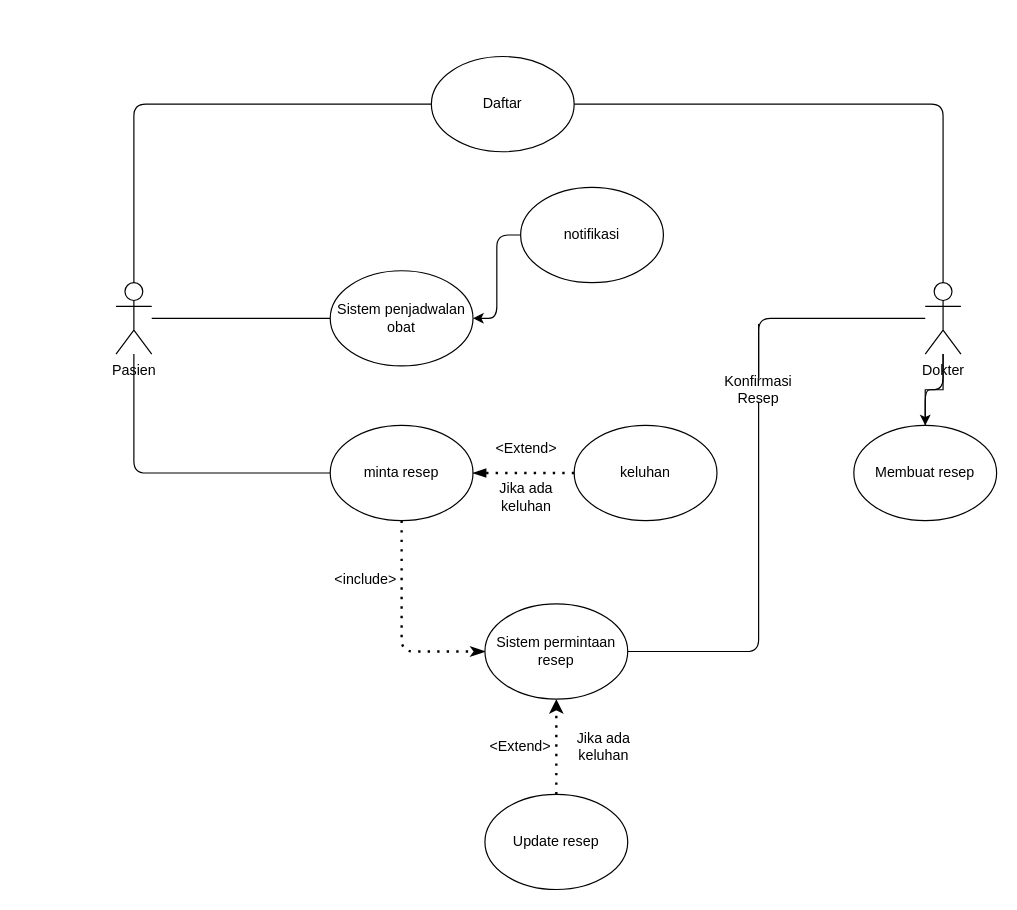
This is Untitled Diagram.drawio from WidadAbida/Praktikum-PPL, a draw.io file, before an edit. Source tidied: cells renumbered, new cells numbered last; positions are measured from the earlier drawing's top-left corner, leaving out a move shared by most shapes. Both pictures are drawn from the tidied source at 119%, with x=0, y=0 at pixel (115, 56).
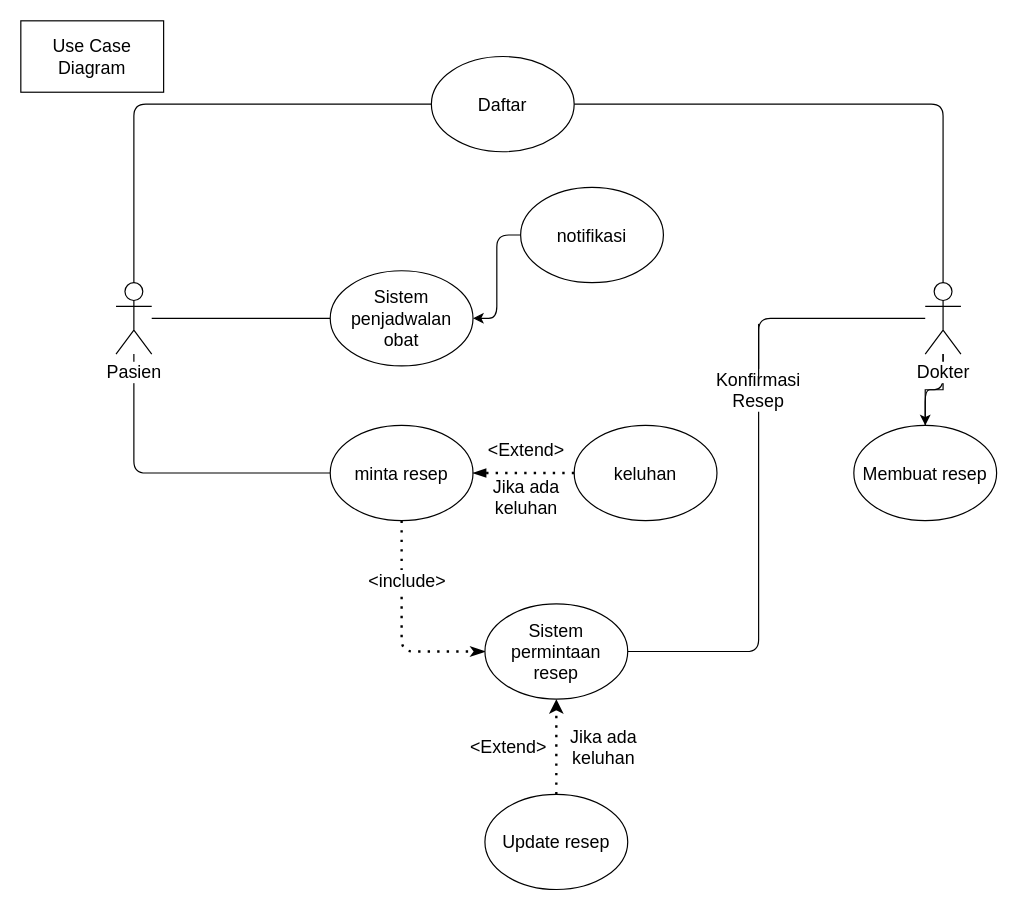
The same page after the edit.

Diff of the diagram source:
```diff
@@
-    <mxCell id="2" style="endArrow=none;html=1;fontFamily=Helvetica;fontSize=11;fontColor=#000000;align=center;strokeColor=#000000;edgeStyle=orthogonalEdgeStyle;" parent="1" edge="1" source="5" target="11">
+    <mxCell id="2" style="endArrow=none;html=1;fontFamily=Helvetica;fontSize=15;fontColor=#000000;align=center;strokeColor=#000000;edgeStyle=orthogonalEdgeStyle;" parent="1" edge="1" source="5" target="11">
       <mxGeometry relative="1" as="geometry">
         <Array as="points">
           <mxPoint x="15" y="40" />
         </Array>
       </mxGeometry>
     </mxCell>
-    <mxCell id="3" style="endArrow=none;html=1;fontFamily=Helvetica;fontSize=11;fontColor=#000000;align=center;strokeColor=#000000;edgeStyle=orthogonalEdgeStyle;" parent="1" edge="1" source="5" target="12">
+    <mxCell id="3" style="endArrow=none;html=1;fontFamily=Helvetica;fontSize=15;fontColor=#000000;align=center;strokeColor=#000000;edgeStyle=orthogonalEdgeStyle;" parent="1" edge="1" source="5" target="12">
       <mxGeometry relative="1" as="geometry" />
     </mxCell>
-    <mxCell id="4" style="endArrow=none;html=1;fontFamily=Helvetica;fontSize=11;fontColor=#000000;align=center;strokeColor=#000000;edgeStyle=orthogonalEdgeStyle;" parent="1" edge="1" source="5" target="14">
+    <mxCell id="4" style="endArrow=none;html=1;fontFamily=Helvetica;fontSize=15;fontColor=#000000;align=center;strokeColor=#000000;edgeStyle=orthogonalEdgeStyle;" parent="1" edge="1" source="5" target="14">
       <mxGeometry relative="1" as="geometry">
         <Array as="points">
           <mxPoint x="15" y="350" />
         </Array>
       </mxGeometry>
     </mxCell>
-    <mxCell id="5" value="Pasien" style="shape=umlActor;verticalLabelPosition=bottom;verticalAlign=top;html=1;outlineConnect=0;" parent="1" vertex="1">
+    <mxCell id="5" value="Pasien" style="shape=umlActor;verticalLabelPosition=bottom;verticalAlign=top;html=1;outlineConnect=0;labelBackgroundColor=#ffffff;fontSize=15;" parent="1" vertex="1">
       <mxGeometry y="190" width="30" height="60" as="geometry" />
     </mxCell>
-    <mxCell id="6" style="endArrow=none;html=1;fontFamily=Helvetica;fontSize=11;fontColor=#000000;align=center;strokeColor=#000000;edgeStyle=orthogonalEdgeStyle;" parent="1" edge="1" source="10" target="11">
+    <mxCell id="6" style="endArrow=none;html=1;fontFamily=Helvetica;fontSize=15;fontColor=#000000;align=center;strokeColor=#000000;edgeStyle=orthogonalEdgeStyle;" parent="1" edge="1" source="10" target="11">
       <mxGeometry relative="1" as="geometry">
         <Array as="points">
           <mxPoint x="695" y="40" />
         </Array>
       </mxGeometry>
     </mxCell>
-    <mxCell id="7" style="endArrow=none;html=1;fontFamily=Helvetica;fontSize=11;fontColor=#000000;align=center;endFill=1;strokeColor=#000000;edgeStyle=orthogonalEdgeStyle;" parent="1" edge="1" source="28" target="17">
+    <mxCell id="7" style="endArrow=none;html=1;fontFamily=Helvetica;fontSize=15;fontColor=#000000;align=center;endFill=1;strokeColor=#000000;edgeStyle=orthogonalEdgeStyle;" parent="1" edge="1" source="28" target="17">
       <mxGeometry relative="1" as="geometry">
         <Array as="points">
           <mxPoint x="540" y="220" />
           <mxPoint x="540" y="500" />
         </Array>
       </mxGeometry>
     </mxCell>
-    <mxCell id="8" style="endArrow=none;html=1;fontFamily=Helvetica;fontSize=11;fontColor=#000000;align=center;endFill=1;strokeColor=#000000;edgeStyle=orthogonalEdgeStyle;" parent="1" edge="1" source="10" target="18">
+    <mxCell id="8" style="endArrow=none;html=1;fontFamily=Helvetica;fontSize=15;fontColor=#000000;align=center;endFill=1;strokeColor=#000000;edgeStyle=orthogonalEdgeStyle;" parent="1" edge="1" source="10" target="18">
       <mxGeometry relative="1" as="geometry" />
     </mxCell>
-    <mxCell id="9" style="edgeStyle=orthogonalEdgeStyle;rounded=0;jettySize=auto;html=1;endArrow=classic;endFill=1;targetPerimeterSpacing=0;" parent="1" edge="1" source="10" target="18">
+    <mxCell id="9" style="edgeStyle=orthogonalEdgeStyle;rounded=0;jettySize=auto;html=1;endArrow=classic;endFill=1;targetPerimeterSpacing=0;fontSize=15;" parent="1" edge="1" source="10" target="18">
       <mxGeometry relative="1" as="geometry" />
     </mxCell>
-    <mxCell id="10" value="Dokter" style="shape=umlActor;verticalLabelPosition=bottom;verticalAlign=top;html=1;outlineConnect=0;" parent="1" vertex="1">
+    <mxCell id="10" value="Dokter" style="shape=umlActor;verticalLabelPosition=bottom;verticalAlign=top;html=1;outlineConnect=0;labelBackgroundColor=#ffffff;fontSize=15;" parent="1" vertex="1">
       <mxGeometry x="680" y="190" width="30" height="60" as="geometry" />
     </mxCell>
-    <mxCell id="11" value="Daftar" style="ellipse;whiteSpace=wrap;html=1;" parent="1" vertex="1">
+    <mxCell id="11" value="Daftar" style="ellipse;whiteSpace=wrap;html=1;fontSize=15;" parent="1" vertex="1">
       <mxGeometry x="265" width="120" height="80" as="geometry" />
     </mxCell>
-    <mxCell id="12" value="Sistem penjadwalan&lt;br&gt;obat" style="ellipse;whiteSpace=wrap;html=1;" parent="1" vertex="1">
+    <mxCell id="12" value="Sistem penjadwalan&lt;br style=&quot;font-size: 15px;&quot;&gt;obat" style="ellipse;whiteSpace=wrap;html=1;fontSize=15;" parent="1" vertex="1">
       <mxGeometry x="180" y="180" width="120" height="80" as="geometry" />
     </mxCell>
-    <mxCell id="13" style="endArrow=classicThin;dashed=1;html=1;dashPattern=1 3;strokeWidth=2;fontFamily=Helvetica;fontSize=11;fontColor=#000000;align=center;endFill=1;strokeColor=#000000;edgeStyle=orthogonalEdgeStyle;" parent="1" edge="1" source="14" target="17">
+    <mxCell id="13" style="endArrow=classicThin;dashed=1;html=1;dashPattern=1 3;strokeWidth=2;fontFamily=Helvetica;fontSize=15;fontColor=#000000;align=center;endFill=1;strokeColor=#000000;edgeStyle=orthogonalEdgeStyle;" parent="1" edge="1" source="14" target="17">
       <mxGeometry relative="1" as="geometry">
         <Array as="points">
           <mxPoint x="240" y="500" />
         </Array>
       </mxGeometry>
     </mxCell>
-    <mxCell id="14" value="minta resep" style="ellipse;whiteSpace=wrap;html=1;" parent="1" vertex="1">
+    <mxCell id="14" value="minta resep" style="ellipse;whiteSpace=wrap;html=1;fontSize=15;" parent="1" vertex="1">
       <mxGeometry x="180" y="310" width="120" height="80" as="geometry" />
     </mxCell>
-    <mxCell id="15" style="endArrow=classic;html=1;fontFamily=Helvetica;fontSize=11;fontColor=#000000;align=center;strokeColor=#000000;edgeStyle=orthogonalEdgeStyle;" parent="1" edge="1" source="16" target="12">
+    <mxCell id="15" style="endArrow=classic;html=1;fontFamily=Helvetica;fontSize=15;fontColor=#000000;align=center;strokeColor=#000000;edgeStyle=orthogonalEdgeStyle;" parent="1" edge="1" source="16" target="12">
       <mxGeometry relative="1" as="geometry" />
     </mxCell>
-    <mxCell id="16" value="notifikasi" style="ellipse;whiteSpace=wrap;html=1;" parent="1" vertex="1">
+    <mxCell id="16" value="notifikasi" style="ellipse;whiteSpace=wrap;html=1;fontSize=15;" parent="1" vertex="1">
       <mxGeometry x="340" y="110" width="120" height="80" as="geometry" />
     </mxCell>
-    <mxCell id="17" value="Sistem permintaan resep" style="ellipse;whiteSpace=wrap;html=1;" parent="1" vertex="1">
+    <mxCell id="17" value="Sistem permintaan&lt;br&gt;resep" style="ellipse;whiteSpace=wrap;html=1;fontSize=15;" parent="1" vertex="1">
       <mxGeometry x="310" y="460" width="120" height="80" as="geometry" />
     </mxCell>
-    <mxCell id="18" value="Membuat resep" style="ellipse;whiteSpace=wrap;html=1;" parent="1" vertex="1">
+    <mxCell id="18" value="Membuat resep" style="ellipse;whiteSpace=wrap;html=1;fontSize=15;" parent="1" vertex="1">
       <mxGeometry x="620" y="310" width="120" height="80" as="geometry" />
     </mxCell>
-    <mxCell id="19" value="keluhan" style="ellipse;whiteSpace=wrap;html=1;" parent="1" vertex="1">
+    <mxCell id="19" value="keluhan" style="ellipse;whiteSpace=wrap;html=1;fontSize=15;" parent="1" vertex="1">
       <mxGeometry x="385" y="310" width="120" height="80" as="geometry" />
     </mxCell>
-    <mxCell id="20" style="endArrow=classic;dashed=1;html=1;dashPattern=1 3;strokeWidth=2;fontFamily=Helvetica;fontSize=11;fontColor=#000000;align=center;endFill=1;strokeColor=#000000;edgeStyle=orthogonalEdgeStyle;" parent="1" edge="1" source="21" target="17">
+    <mxCell id="20" style="endArrow=classic;dashed=1;html=1;dashPattern=1 3;strokeWidth=2;fontFamily=Helvetica;fontSize=15;fontColor=#000000;align=center;endFill=1;strokeColor=#000000;edgeStyle=orthogonalEdgeStyle;" parent="1" edge="1" source="21" target="17">
       <mxGeometry relative="1" as="geometry" />
     </mxCell>
-    <mxCell id="21" value="Update resep" style="ellipse;whiteSpace=wrap;html=1;" parent="1" vertex="1">
+    <mxCell id="21" value="Update resep" style="ellipse;whiteSpace=wrap;html=1;fontSize=15;" parent="1" vertex="1">
       <mxGeometry x="310" y="620" width="120" height="80" as="geometry" />
     </mxCell>
-    <mxCell id="22" style="endArrow=blockThin;dashed=1;html=1;dashPattern=1 3;strokeWidth=2;fontFamily=Helvetica;fontSize=11;fontColor=#000000;align=center;strokeColor=#000000;edgeStyle=orthogonalEdgeStyle;targetPerimeterSpacing=0;endFill=1;entryX=1;entryY=0.5;entryDx=0;entryDy=0;" parent="1" edge="1" source="19" target="14">
+    <mxCell id="22" style="endArrow=blockThin;dashed=1;html=1;dashPattern=1 3;strokeWidth=2;fontFamily=Helvetica;fontSize=15;fontColor=#000000;align=center;strokeColor=#000000;edgeStyle=orthogonalEdgeStyle;targetPerimeterSpacing=0;endFill=1;entryX=1;entryY=0.5;entryDx=0;entryDy=0;" parent="1" edge="1" source="19" target="14">
       <mxGeometry relative="1" as="geometry" />
     </mxCell>
-    <mxCell id="23" value="&amp;lt;Extend&amp;gt;" style="text;html=1;strokeColor=none;fillColor=none;align=center;verticalAlign=middle;whiteSpace=wrap;rounded=0;" parent="1" vertex="1">
+    <mxCell id="23" value="&amp;lt;Extend&amp;gt;" style="text;html=1;strokeColor=none;fillColor=none;align=center;verticalAlign=middle;whiteSpace=wrap;rounded=0;fontSize=15;" parent="1" vertex="1">
       <mxGeometry x="325" y="320" width="40" height="20" as="geometry" />
     </mxCell>
-    <mxCell id="24" value="Jika ada keluhan" style="text;html=1;strokeColor=none;fillColor=none;align=center;verticalAlign=middle;whiteSpace=wrap;rounded=0;" parent="1" vertex="1">
+    <mxCell id="24" value="Jika ada keluhan" style="text;html=1;strokeColor=none;fillColor=none;align=center;verticalAlign=middle;whiteSpace=wrap;rounded=0;fontSize=15;" parent="1" vertex="1">
       <mxGeometry x="300" y="360" width="90" height="20" as="geometry" />
     </mxCell>
-    <mxCell id="25" value="&amp;lt;include&amp;gt;" style="text;html=1;strokeColor=none;fillColor=none;align=center;verticalAlign=middle;whiteSpace=wrap;rounded=0;" parent="1" vertex="1">
-      <mxGeometry x="190" y="430" width="40" height="20" as="geometry" />
+    <mxCell id="25" value="&amp;lt;include&amp;gt;" style="text;html=1;strokeColor=none;fillColor=none;align=center;verticalAlign=middle;whiteSpace=wrap;rounded=0;fontSize=15;labelBackgroundColor=#ffffff;" parent="1" vertex="1">
+      <mxGeometry x="225" y="430" width="40" height="20" as="geometry" />
     </mxCell>
-    <mxCell id="26" value="&amp;lt;Extend&amp;gt;" style="text;html=1;strokeColor=none;fillColor=none;align=center;verticalAlign=middle;whiteSpace=wrap;rounded=0;" parent="1" vertex="1">
-      <mxGeometry x="320" y="570" width="40" height="20" as="geometry" />
+    <mxCell id="26" value="&amp;lt;Extend&amp;gt;" style="text;html=1;strokeColor=none;fillColor=none;align=center;verticalAlign=middle;whiteSpace=wrap;rounded=0;fontSize=15;" parent="1" vertex="1">
+      <mxGeometry x="310" y="570" width="40" height="20" as="geometry" />
     </mxCell>
-    <mxCell id="27" value="Jika ada keluhan" style="text;html=1;strokeColor=none;fillColor=none;align=center;verticalAlign=middle;whiteSpace=wrap;rounded=0;" parent="1" vertex="1">
+    <mxCell id="27" value="Jika ada keluhan" style="text;html=1;strokeColor=none;fillColor=none;align=center;verticalAlign=middle;whiteSpace=wrap;rounded=0;fontSize=15;" parent="1" vertex="1">
       <mxGeometry x="380" y="570" width="60" height="20" as="geometry" />
     </mxCell>
-    <mxCell id="28" value="Konfirmasi&lt;br&gt;Resep" style="text;html=1;align=center;verticalAlign=middle;whiteSpace=wrap;rounded=0;fillColor=#ffffff;" parent="1" vertex="1">
+    <mxCell id="28" value="Konfirmasi&lt;br style=&quot;font-size: 15px;&quot;&gt;Resep" style="text;html=1;align=center;verticalAlign=middle;whiteSpace=wrap;rounded=0;fillColor=#ffffff;fontSize=15;labelBackgroundColor=#ffffff;" parent="1" vertex="1">
       <mxGeometry x="520" y="270" width="40" height="20" as="geometry" />
     </mxCell>
-    <mxCell id="29" style="endArrow=none;html=1;fontFamily=Helvetica;fontSize=11;fontColor=#000000;align=center;endFill=1;strokeColor=#000000;edgeStyle=orthogonalEdgeStyle;" parent="1" edge="1" source="10" target="28">
+    <mxCell id="29" style="endArrow=none;html=1;fontFamily=Helvetica;fontSize=15;fontColor=#000000;align=center;endFill=1;strokeColor=#000000;edgeStyle=orthogonalEdgeStyle;" parent="1" edge="1" source="10" target="28">
       <mxGeometry relative="1" as="geometry" />
     </mxCell>
+    <mxCell id="30" value="Use Case Diagram" style="rounded=0;whiteSpace=wrap;html=1;fillColor=#ffffff;fontSize=15;" parent="1" vertex="1">
+      <mxGeometry x="-80" y="-30" width="120" height="60" as="geometry" />
+    </mxCell>
```
